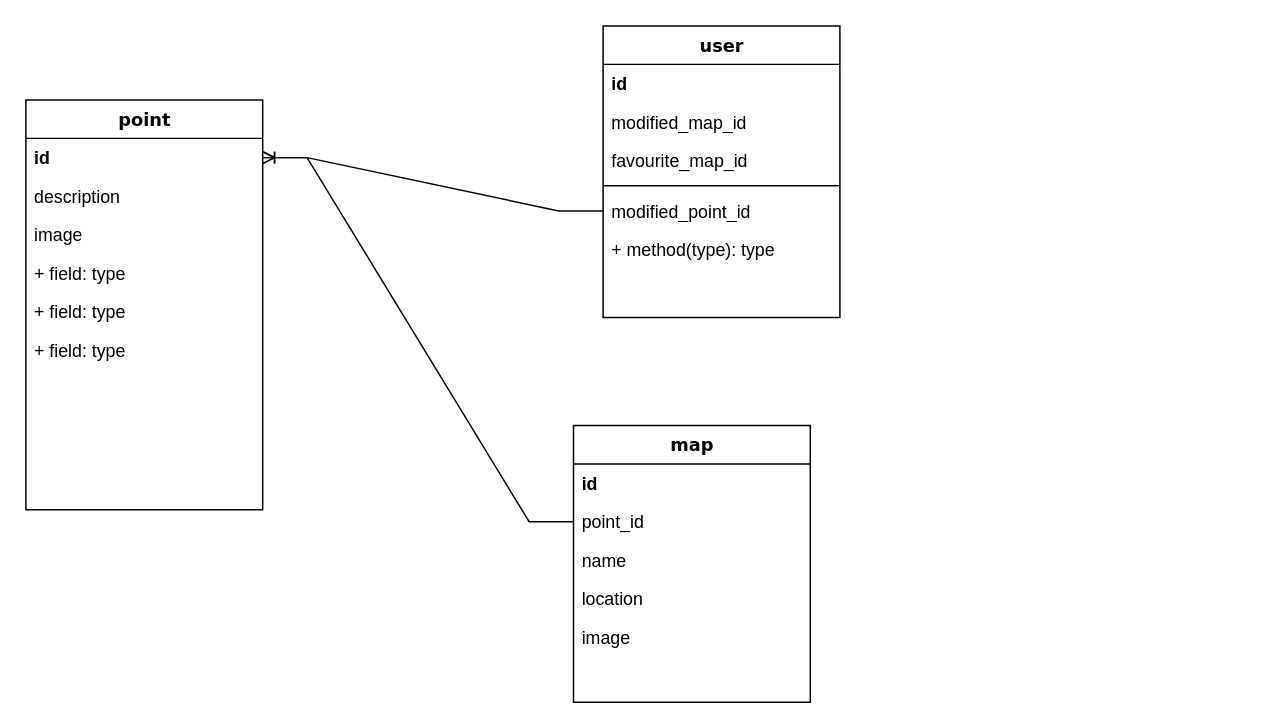
Earlier version of the draw.io diagram planning/ERD.drawio (Ruanruanx/wikiMap). Source tidied: cells renumbered, new cells numbered last; positions are measured from the earlier drawing's top-left corner, leaving out a move shared by most shapes. Both pictures are drawn from the tidied source at 148%, with x=0, y=0 at pixel (25, 25).
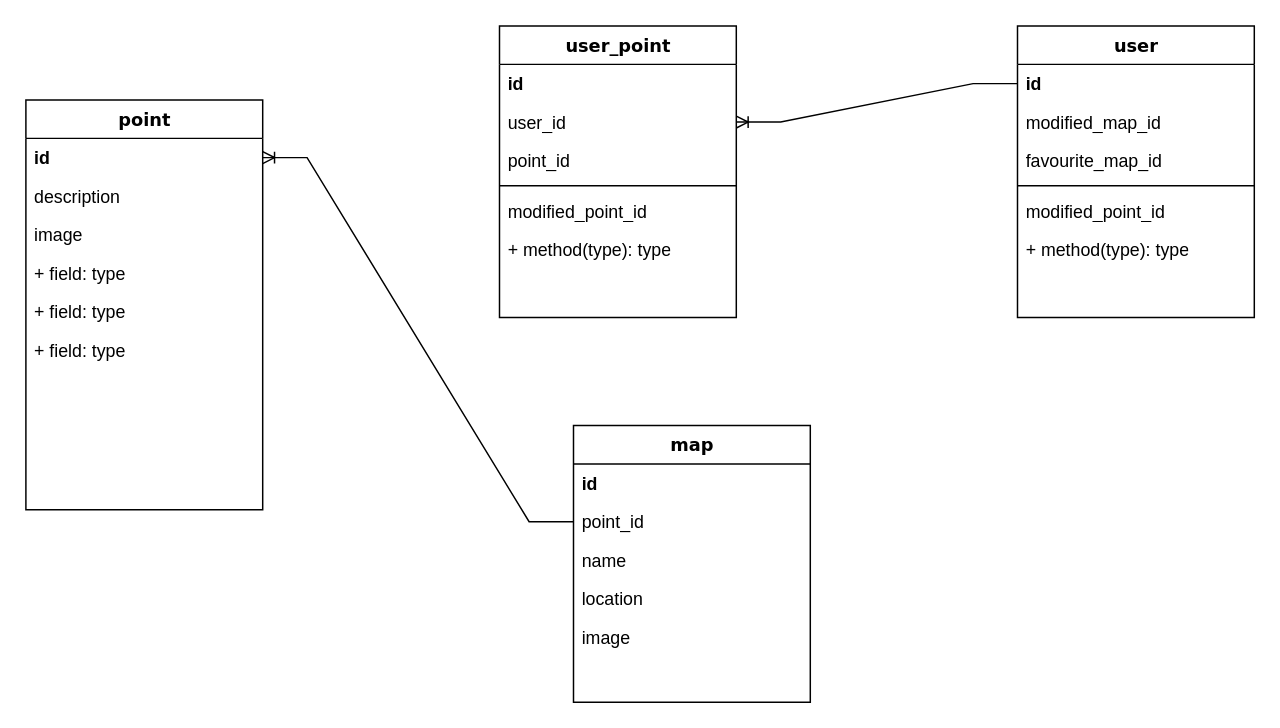
Above is the later version.

The change refers to these unchanged cells:
```xml
<mxCell id="9" value="id" style="text;html=1;strokeColor=none;fillColor=none;align=left;verticalAlign=top;spacingLeft=4;spacingRight=4;whiteSpace=wrap;overflow=hidden;points=[[0,0.5],[1,0.5]];portConstraint=eastwest;fontStyle=1;" parent="8" vertex="1">
  <mxGeometry y="26" width="160" height="26" as="geometry" />
</mxCell>
<mxCell id="16" value="&lt;b&gt;id&lt;/b&gt;" style="text;html=1;strokeColor=none;fillColor=none;align=left;verticalAlign=top;spacingLeft=4;spacingRight=4;whiteSpace=wrap;overflow=hidden;points=[[0,0.5],[1,0.5]];portConstraint=eastwest;" parent="15" vertex="1">
  <mxGeometry y="26" width="160" height="26" as="geometry" />
</mxCell>
<mxCell id="20" value="modified_point_id" style="text;html=1;strokeColor=none;fillColor=none;align=left;verticalAlign=top;spacingLeft=4;spacingRight=4;whiteSpace=wrap;overflow=hidden;points=[[0,0.5],[1,0.5]];portConstraint=eastwest;" parent="15" vertex="1">
  <mxGeometry y="112" width="160" height="26" as="geometry" />
</mxCell>
```

Change to the diagram source:
```diff
@@
     <mxCell id="15" value="user" style="swimlane;html=1;fontStyle=1;align=center;verticalAlign=top;horizontal=1;startSize=26;swimlaneFillColor=#ffffff;rounded=0;shadow=0;comic=0;labelBackgroundColor=none;strokeWidth=1;fillColor=none;fontFamily=Verdana;fontSize=12;" parent="1" vertex="1">
-      <mxGeometry x="390" width="160" height="197" as="geometry" />
+      <mxGeometry x="670" width="160" height="197" as="geometry" />
     </mxCell>
@@
-    <mxCell id="23" style="edgeStyle=entityRelationEdgeStyle;fontSize=12;html=1;endArrow=ERoneToMany;rounded=0;exitX=0;exitY=0.5;exitDx=0;exitDy=0;entryX=1;entryY=0.5;entryDx=0;entryDy=0;" parent="1" edge="1" source="20" target="9">
-      <mxGeometry relative="1" as="geometry" />
-    </mxCell>
+    <mxCell id="24" value="user_point" style="swimlane;html=1;fontStyle=1;align=center;verticalAlign=top;horizontal=1;startSize=26;swimlaneFillColor=#ffffff;rounded=0;shadow=0;comic=0;labelBackgroundColor=none;strokeWidth=1;fillColor=none;fontFamily=Verdana;fontSize=12;" parent="1" vertex="1">
+      <mxGeometry x="320" width="160" height="197" as="geometry" />
+    </mxCell>
+    <mxCell id="25" value="&lt;b&gt;id&lt;/b&gt;" style="text;html=1;strokeColor=none;fillColor=none;align=left;verticalAlign=top;spacingLeft=4;spacingRight=4;whiteSpace=wrap;overflow=hidden;" parent="24" vertex="1">
+      <mxGeometry y="26" width="160" height="26" as="geometry" />
+    </mxCell>
+    <mxCell id="26" value="user_id" style="text;html=1;strokeColor=none;fillColor=none;align=left;verticalAlign=top;spacingLeft=4;spacingRight=4;whiteSpace=wrap;overflow=hidden;points=[[0,0.5],[1,0.5]];portConstraint=eastwest;" parent="24" vertex="1">
+      <mxGeometry y="52" width="160" height="26" as="geometry" />
+    </mxCell>
+    <mxCell id="27" value="point_id" style="text;html=1;strokeColor=none;fillColor=none;align=left;verticalAlign=top;spacingLeft=4;spacingRight=4;whiteSpace=wrap;overflow=hidden;" parent="24" vertex="1">
+      <mxGeometry y="78" width="160" height="26" as="geometry" />
+    </mxCell>
+    <mxCell id="28" style="line;html=1;strokeWidth=1;fillColor=none;align=left;verticalAlign=middle;spacingTop=-1;spacingLeft=3;spacingRight=3;labelPosition=right;" parent="24" vertex="1">
+      <mxGeometry y="104" width="160" height="8" as="geometry" />
+    </mxCell>
+    <mxCell id="29" value="modified_point_id" style="text;html=1;strokeColor=none;fillColor=none;align=left;verticalAlign=top;spacingLeft=4;spacingRight=4;whiteSpace=wrap;overflow=hidden;" parent="24" vertex="1">
+      <mxGeometry y="112" width="160" height="26" as="geometry" />
+    </mxCell>
+    <mxCell id="30" value="+ method(type): type" style="text;html=1;strokeColor=none;fillColor=none;align=left;verticalAlign=top;spacingLeft=4;spacingRight=4;whiteSpace=wrap;overflow=hidden;" parent="24" vertex="1">
+      <mxGeometry y="138" width="160" height="26" as="geometry" />
+    </mxCell>
+    <mxCell id="31" style="edgeStyle=entityRelationEdgeStyle;fontSize=12;html=1;endArrow=ERoneToMany;rounded=0;exitX=0;exitY=0.5;exitDx=0;exitDy=0;entryX=1;entryY=0.5;entryDx=0;entryDy=0;" parent="1" edge="1" source="16" target="26">
+      <mxGeometry relative="1" as="geometry" />
+    </mxCell>
```
